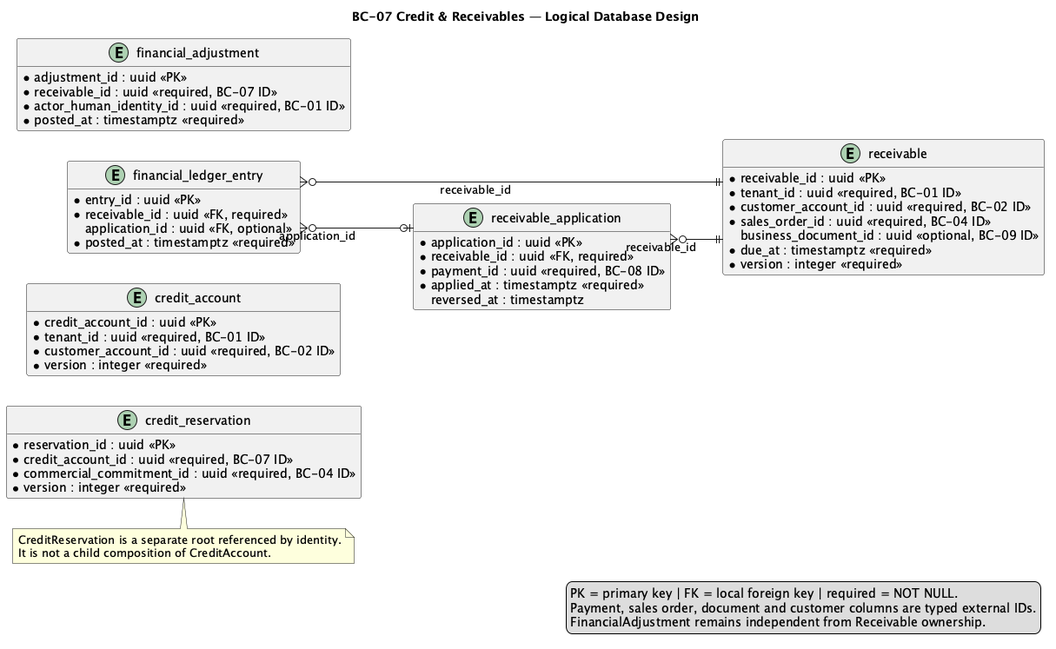
This is report/assets/chapter-2/tactical/BC-07/database-diagram.png from nexa-suite/mobile-report, a PlantUML export, as it was before one commit.
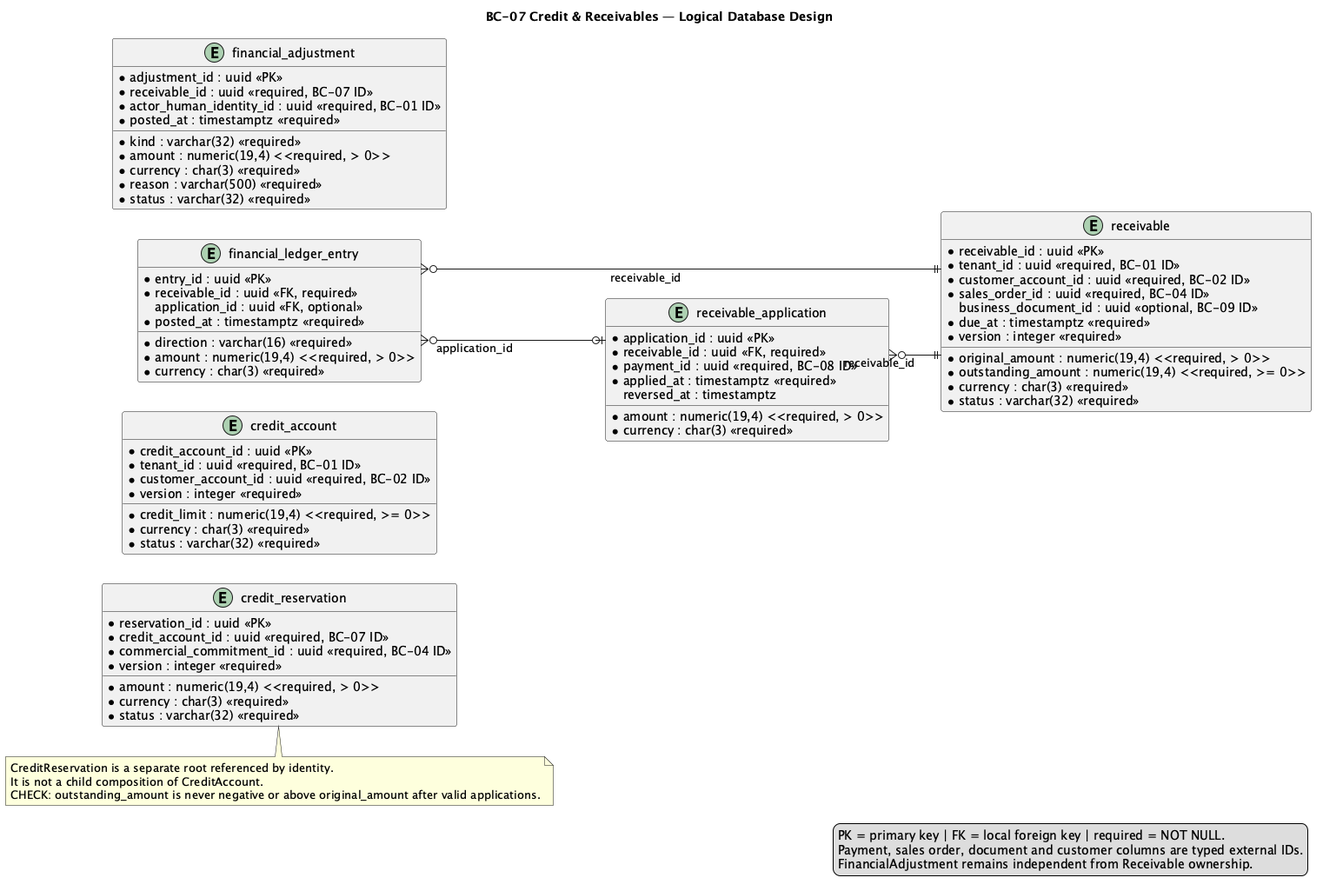
After the commit.

Diff of the diagram source:
```diff
@@ -1,7 +1,6 @@
 @startuml
 title BC-07 Credit & Receivables — Logical Database Design
 left to right direction
-hide methods
 skinparam shadowing false
 skinparam linetype ortho
 skinparam entity {
@@ -14,7 +13,7 @@
   * credit_account_id : uuid <<PK>>
   * tenant_id : uuid <<required, BC-01 ID>>
   * customer_account_id : uuid <<required, BC-02 ID>>
-  * credit_limit : numeric(19,4) <<required>>
+  * credit_limit : numeric(19,4) <<required, >= 0>>
   * currency : char(3) <<required>>
   * status : varchar(32) <<required>>
   * version : integer <<required>>
@@ -24,7 +23,7 @@
   * reservation_id : uuid <<PK>>
   * credit_account_id : uuid <<required, BC-07 ID>>
   * commercial_commitment_id : uuid <<required, BC-04 ID>>
-  * amount : numeric(19,4) <<required>>
+  * amount : numeric(19,4) <<required, > 0>>
   * currency : char(3) <<required>>
   * status : varchar(32) <<required>>
   * version : integer <<required>>
@@ -36,8 +35,8 @@
   * customer_account_id : uuid <<required, BC-02 ID>>
   * sales_order_id : uuid <<required, BC-04 ID>>
     business_document_id : uuid <<optional, BC-09 ID>>
-  * original_amount : numeric(19,4) <<required>>
-  * outstanding_amount : numeric(19,4) <<required>>
+  * original_amount : numeric(19,4) <<required, > 0>>
+  * outstanding_amount : numeric(19,4) <<required, >= 0>>
   * currency : char(3) <<required>>
   * due_at : timestamptz <<required>>
   * status : varchar(32) <<required>>
@@ -48,7 +47,7 @@
   * application_id : uuid <<PK>>
   * receivable_id : uuid <<FK, required>>
   * payment_id : uuid <<required, BC-08 ID>>
-  * amount : numeric(19,4) <<required>>
+  * amount : numeric(19,4) <<required, > 0>>
   * currency : char(3) <<required>>
   * applied_at : timestamptz <<required>>
     reversed_at : timestamptz
@@ -59,7 +58,7 @@
   * receivable_id : uuid <<FK, required>>
     application_id : uuid <<FK, optional>>
   * direction : varchar(16) <<required>>
-  * amount : numeric(19,4) <<required>>
+  * amount : numeric(19,4) <<required, > 0>>
   * currency : char(3) <<required>>
   * posted_at : timestamptz <<required>>
 }
@@ -68,7 +67,7 @@
   * adjustment_id : uuid <<PK>>
   * receivable_id : uuid <<required, BC-07 ID>>
   * kind : varchar(32) <<required>>
-  * amount : numeric(19,4) <<required>>
+  * amount : numeric(19,4) <<required, > 0>>
   * currency : char(3) <<required>>
   * reason : varchar(500) <<required>>
   * status : varchar(32) <<required>>
@@ -83,6 +82,7 @@
 note bottom of credit_reservation
 CreditReservation is a separate root referenced by identity.
 It is not a child composition of CreditAccount.
+CHECK: outstanding_amount is never negative or above original_amount after valid applications.
 end note
 
 legend right
```
